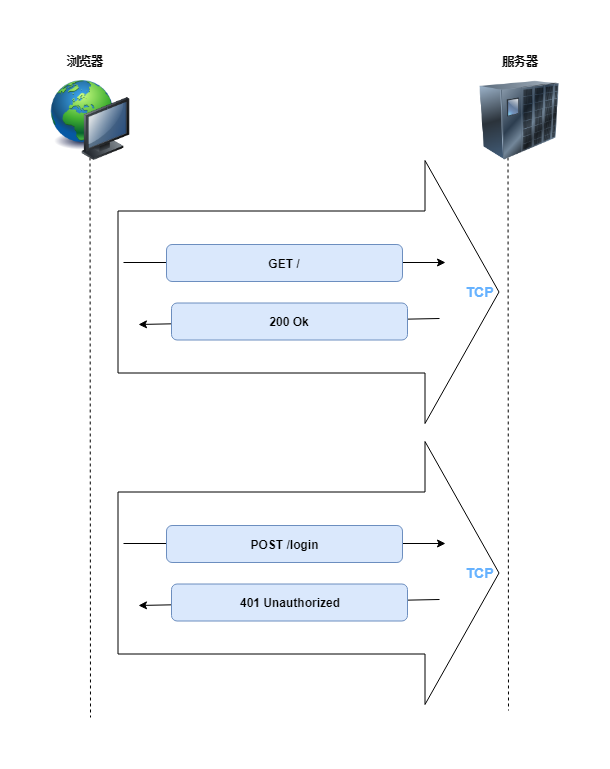
Before: source/images/sockjs/base-http.png, a diagram exported from draw.io (ivan-94/bobi.ink). Source tidied: cells renumbered, new cells last; positions are measured from the earlier drawing's top-left corner, leaving out a move shared by most shapes. Source of this version:
```xml
<mxGraphModel>
  <root>
    <mxCell id="0" />
    <mxCell id="1" parent="0" />
    <mxCell id="2" style="endArrow=none;dashed=1;html=1;" parent="1" edge="1">
      <mxGeometry relative="1" as="geometry">
        <mxPoint x="457.5" y="95" as="sourcePoint" />
        <mxPoint x="458" y="660" as="targetPoint" />
      </mxGeometry>
    </mxCell>
    <mxCell id="3" style="endArrow=none;dashed=1;html=1;" parent="1" edge="1">
      <mxGeometry relative="1" as="geometry">
        <mxPoint x="39.5" y="101" as="sourcePoint" />
        <mxPoint x="40" y="667" as="targetPoint" />
      </mxGeometry>
    </mxCell>
    <mxCell id="4" style="image;html=1;labelBackgroundColor=#ffffff;image=img/lib/clip_art/networking/UPS_128x128.png;" parent="1" vertex="1">
      <mxGeometry x="429" y="30" width="80" height="80" as="geometry" />
    </mxCell>
    <mxCell id="5" style="image;html=1;labelBackgroundColor=#ffffff;image=img/lib/clip_art/computers/Network_128x128.png;" parent="1" vertex="1">
      <mxGeometry y="30" width="80" height="80" as="geometry" />
    </mxCell>
    <mxCell id="6" value="浏览器" style="text;html=1;strokeColor=none;fillColor=none;align=center;verticalAlign=middle;whiteSpace=wrap;rounded=0;fontStyle=1;" parent="1" vertex="1">
      <mxGeometry x="14" width="40" height="20" as="geometry" />
    </mxCell>
    <mxCell id="7" value="服务器" style="text;html=1;strokeColor=none;fillColor=none;align=center;verticalAlign=middle;whiteSpace=wrap;rounded=0;fontStyle=1;" parent="1" vertex="1">
      <mxGeometry x="449" width="40" height="20" as="geometry" />
    </mxCell>
    <mxCell id="8" style="shape=flexArrow;endArrow=classic;html=1;endWidth=100;endSize=24.33;width=162;" parent="1" edge="1">
      <mxGeometry relative="1" as="geometry">
        <mxPoint x="67" y="241.5" as="sourcePoint" />
        <mxPoint x="449" y="241.5" as="targetPoint" />
      </mxGeometry>
    </mxCell>
    <mxCell id="9" style="endArrow=classic;html=1;" parent="1" edge="1">
      <mxGeometry relative="1" as="geometry">
        <mxPoint x="73" y="212" as="sourcePoint" />
        <mxPoint x="395" y="212" as="targetPoint" />
      </mxGeometry>
    </mxCell>
    <mxCell id="10" value="&lt;b&gt;GET /&lt;/b&gt;" style="rounded=1;whiteSpace=wrap;html=1;fillColor=#dae8fc;strokeColor=#6c8ebf;" parent="1" vertex="1">
      <mxGeometry x="116" y="194" width="236" height="37" as="geometry" />
    </mxCell>
    <mxCell id="11" style="endArrow=classic;html=1;" parent="1" edge="1">
      <mxGeometry relative="1" as="geometry">
        <mxPoint x="389" y="268" as="sourcePoint" />
        <mxPoint x="88" y="274" as="targetPoint" />
      </mxGeometry>
    </mxCell>
    <mxCell id="12" value="&lt;b&gt;200 Ok&lt;/b&gt;" style="rounded=1;whiteSpace=wrap;html=1;fillColor=#dae8fc;strokeColor=#6c8ebf;" parent="1" vertex="1">
      <mxGeometry x="121" y="252.5" width="236" height="37" as="geometry" />
    </mxCell>
    <mxCell id="13" value="&lt;font style=&quot;font-size: 14px&quot; color=&quot;#66b2ff&quot;&gt;&lt;b&gt;TCP&lt;/b&gt;&lt;/font&gt;" style="text;html=1;strokeColor=none;fillColor=none;align=center;verticalAlign=middle;whiteSpace=wrap;rounded=0;" parent="1" vertex="1">
      <mxGeometry x="409" y="231" width="40" height="20" as="geometry" />
    </mxCell>
    <mxCell id="14" style="shape=flexArrow;endArrow=classic;html=1;endWidth=100;endSize=24.33;width=162;" parent="1" edge="1">
      <mxGeometry relative="1" as="geometry">
        <mxPoint x="67" y="522.5" as="sourcePoint" />
        <mxPoint x="449" y="522.5" as="targetPoint" />
      </mxGeometry>
    </mxCell>
    <mxCell id="15" style="endArrow=classic;html=1;" parent="1" edge="1">
      <mxGeometry relative="1" as="geometry">
        <mxPoint x="73" y="493" as="sourcePoint" />
        <mxPoint x="395" y="493" as="targetPoint" />
      </mxGeometry>
    </mxCell>
    <mxCell id="16" value="&lt;b&gt;POST /login&lt;/b&gt;" style="rounded=1;whiteSpace=wrap;html=1;fillColor=#dae8fc;strokeColor=#6c8ebf;" parent="1" vertex="1">
      <mxGeometry x="116" y="475" width="236" height="37" as="geometry" />
    </mxCell>
    <mxCell id="17" style="endArrow=classic;html=1;" parent="1" edge="1">
      <mxGeometry relative="1" as="geometry">
        <mxPoint x="389" y="549" as="sourcePoint" />
        <mxPoint x="88" y="555" as="targetPoint" />
      </mxGeometry>
    </mxCell>
    <mxCell id="18" value="&lt;b&gt;401 Unauthorized&lt;/b&gt;" style="rounded=1;whiteSpace=wrap;html=1;fillColor=#dae8fc;strokeColor=#6c8ebf;" parent="1" vertex="1">
      <mxGeometry x="121" y="533.5" width="236" height="37" as="geometry" />
    </mxCell>
    <mxCell id="19" value="&lt;font style=&quot;font-size: 14px&quot; color=&quot;#66b2ff&quot;&gt;&lt;b&gt;TCP&lt;/b&gt;&lt;/font&gt;" style="text;html=1;strokeColor=none;fillColor=none;align=center;verticalAlign=middle;whiteSpace=wrap;rounded=0;" parent="1" vertex="1">
      <mxGeometry x="409" y="512" width="40" height="20" as="geometry" />
    </mxCell>
  </root>
</mxGraphModel>
```
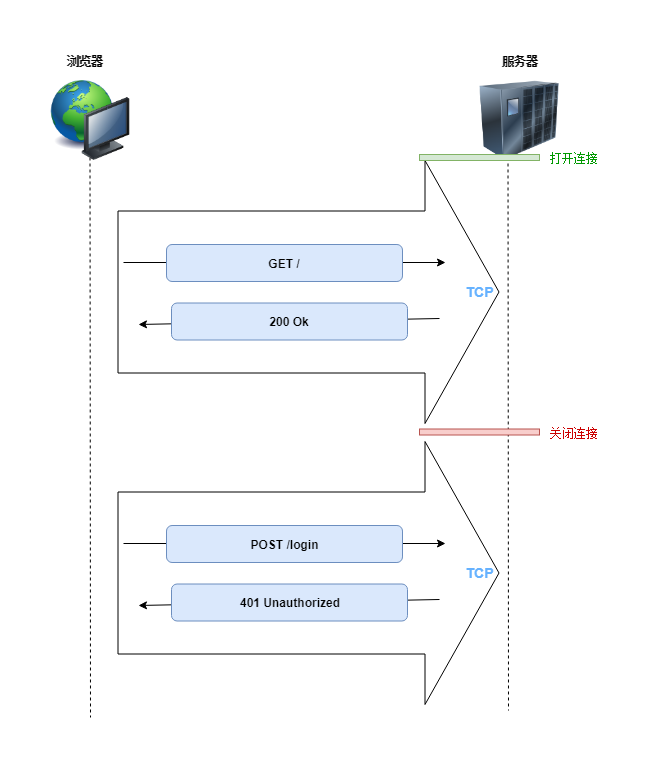
The same diagram one commit later.

What changed in the source:
```diff
@@ -80,5 +80,17 @@
     <mxCell id="19" value="&lt;font style=&quot;font-size: 14px&quot; color=&quot;#66b2ff&quot;&gt;&lt;b&gt;TCP&lt;/b&gt;&lt;/font&gt;" style="text;html=1;strokeColor=none;fillColor=none;align=center;verticalAlign=middle;whiteSpace=wrap;rounded=0;" parent="1" vertex="1">
       <mxGeometry x="409" y="512" width="40" height="20" as="geometry" />
     </mxCell>
+    <mxCell id="20" style="rounded=0;whiteSpace=wrap;html=1;align=left;fillColor=#d5e8d4;strokeColor=#82b366;" parent="1" vertex="1">
+      <mxGeometry x="369" y="104" width="120" height="6" as="geometry" />
+    </mxCell>
+    <mxCell id="21" value="&lt;font color=&quot;#009900&quot;&gt;打开连接&lt;/font&gt;" style="text;html=1;strokeColor=none;fillColor=none;align=center;verticalAlign=middle;whiteSpace=wrap;rounded=0;" parent="1" vertex="1">
+      <mxGeometry x="496" y="97" width="54" height="20" as="geometry" />
+    </mxCell>
+    <mxCell id="22" style="rounded=0;whiteSpace=wrap;html=1;align=left;fillColor=#f8cecc;strokeColor=#b85450;" parent="1" vertex="1">
+      <mxGeometry x="369" y="378.5" width="120" height="6" as="geometry" />
+    </mxCell>
+    <mxCell id="23" value="&lt;font color=&quot;#cc0000&quot;&gt;关闭连接&lt;/font&gt;" style="text;html=1;strokeColor=none;fillColor=none;align=center;verticalAlign=middle;whiteSpace=wrap;rounded=0;" parent="1" vertex="1">
+      <mxGeometry x="496" y="371.5" width="54" height="20" as="geometry" />
+    </mxCell>
   </root>
 </mxGraphModel>
```
